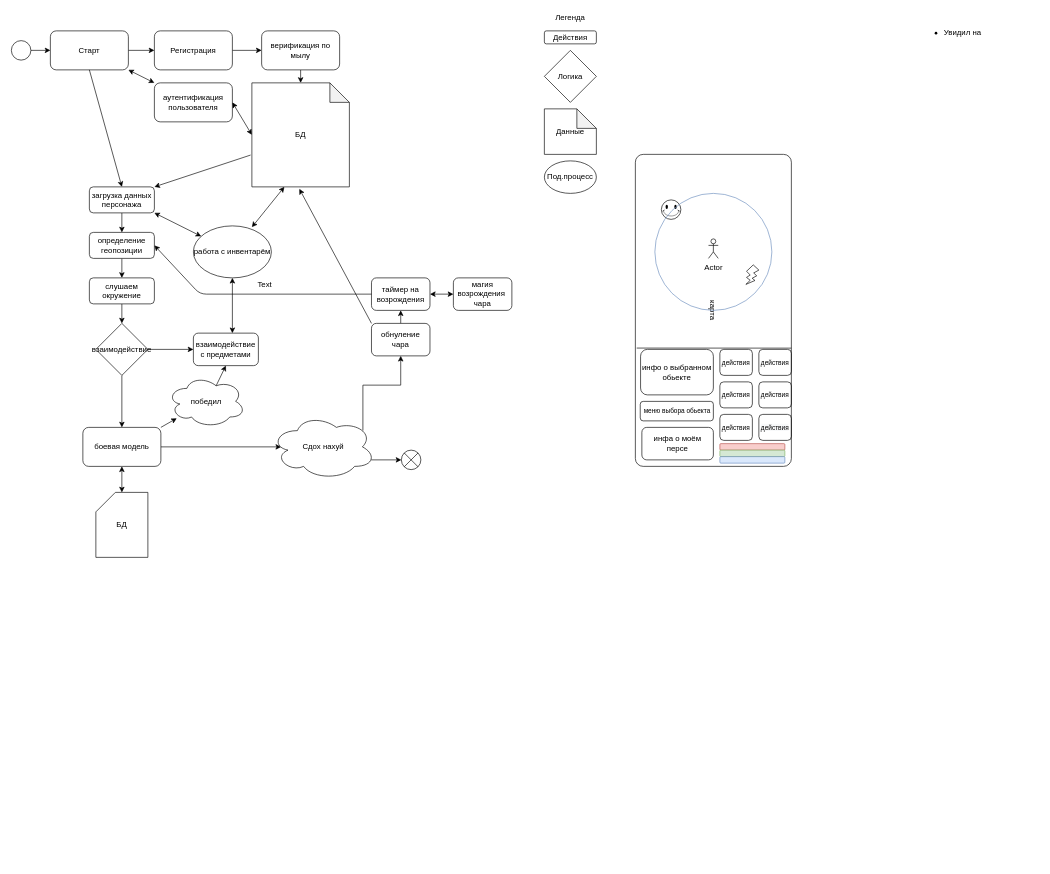
Earlier version of the draw.io diagram page "All Architecture" (5 of 14) of Architecture.drawio (PhoenixVRN/Mafia). Source tidied: cells renumbered, new cells numbered last; positions are measured from the earlier drawing's top-left corner, leaving out a move shared by most shapes. Both pictures are drawn from the tidied source at 65%, with x=0, y=0 at pixel (11, 11).
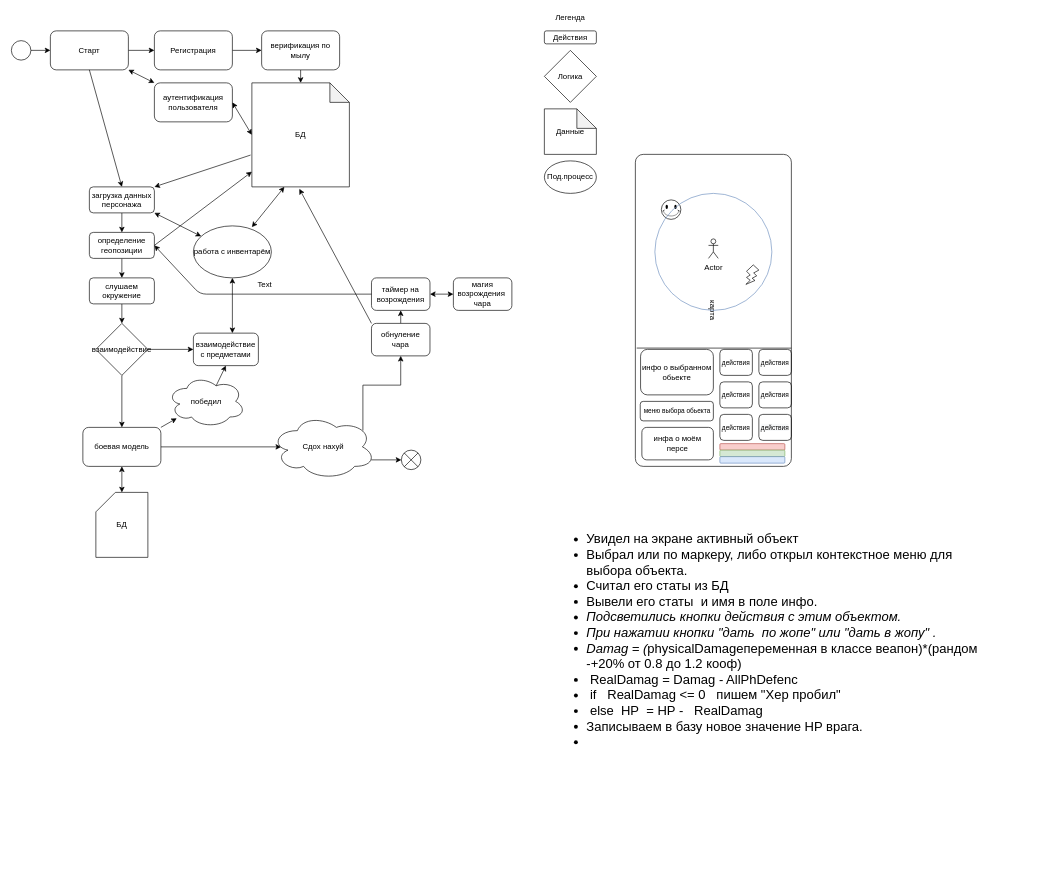
The same page after the edit.

Unchanged cells that the change refers to:
```xml
<mxCell id="14" value="определение геопозиции" style="rounded=1;whiteSpace=wrap;html=1;" parent="1" vertex="1">
  <mxGeometry x="120" y="340" width="100" height="40" as="geometry" />
</mxCell>
<mxCell id="49" value="БД&lt;br&gt;" style="shape=note;whiteSpace=wrap;html=1;backgroundOutline=1;darkOpacity=0.05;" parent="1" vertex="1">
  <mxGeometry x="370" y="110" width="150" height="160" as="geometry" />
</mxCell>
```

What changed in the source:
```diff
@@
-    <mxCell id="72" value="&lt;h1&gt;&lt;ul style=&quot;font-size: 12px&quot;&gt;&lt;li&gt;&lt;span style=&quot;font-weight: normal&quot;&gt;Увидил на&amp;nbsp;&lt;/span&gt;&lt;/li&gt;&lt;/ul&gt;&lt;/h1&gt;" style="text;html=1;strokeColor=none;fillColor=none;spacing=5;spacingTop=-20;whiteSpace=wrap;overflow=hidden;rounded=0;" parent="1" vertex="1">
-      <mxGeometry x="1390" y="20" width="190" height="520" as="geometry" />
+    <mxCell id="72" value="&lt;h1 style=&quot;font-size: 20px&quot;&gt;&lt;ul&gt;&lt;li&gt;&lt;span style=&quot;font-weight: normal&quot;&gt;Увидел на экране активный объект&lt;br&gt;&lt;/span&gt;&lt;/li&gt;&lt;li&gt;&lt;span style=&quot;font-weight: normal&quot;&gt;Выбрал или по маркеру, либо открыл контекстное меню для выбора объекта.&lt;/span&gt;&lt;/li&gt;&lt;li&gt;&lt;span style=&quot;font-weight: normal&quot;&gt;Считал его статы из БД&lt;/span&gt;&lt;/li&gt;&lt;li&gt;&lt;span style=&quot;font-weight: normal&quot;&gt;Вывели его статы&amp;nbsp; и имя в поле инфо.&lt;/span&gt;&lt;/li&gt;&lt;li&gt;&lt;i style=&quot;font-weight: normal&quot;&gt;Подсветились кнопки действия с этим объектом.&lt;/i&gt;&lt;/li&gt;&lt;li&gt;&lt;i style=&quot;font-weight: normal&quot;&gt;При нажатии кнопки &quot;дать&amp;nbsp; по жопе&quot; или &quot;дать в жопу&quot; .&amp;nbsp;&lt;/i&gt;&lt;/li&gt;&lt;li&gt;&lt;span style=&quot;font-weight: normal&quot;&gt;&lt;i&gt;&lt;span&gt;Damag&lt;/span&gt;&lt;/i&gt;&lt;i&gt;&amp;nbsp;= (&lt;/i&gt;physicalDamageпеременная в классе веапон)*(рандом -+20% от 0.8 до 1.2 кооф)&amp;nbsp; &amp;nbsp;&amp;nbsp;&lt;/span&gt;&lt;/li&gt;&lt;li&gt;&lt;span style=&quot;font-weight: normal&quot;&gt;&amp;nbsp;RealDamag = Damag - AllPhDefenc&amp;nbsp;&amp;nbsp;&lt;/span&gt;&lt;/li&gt;&lt;li&gt;&lt;span style=&quot;font-weight: normal&quot;&gt;&amp;nbsp;if&amp;nbsp; &amp;nbsp;RealDamag &amp;lt;= 0&amp;nbsp; &amp;nbsp;пишем &quot;Хер пробил&quot;&lt;/span&gt;&lt;/li&gt;&lt;li&gt;&lt;span style=&quot;font-weight: normal&quot;&gt;&amp;nbsp;else&amp;nbsp; HP&amp;nbsp; = HP -&amp;nbsp; &amp;nbsp;RealDamag&lt;/span&gt;&lt;/li&gt;&lt;li&gt;&lt;span style=&quot;font-weight: normal&quot;&gt;Записываем в базу новое значение HP врага.&amp;nbsp; &amp;nbsp; &lt;/span&gt;&amp;nbsp; &amp;nbsp; &amp;nbsp; &amp;nbsp; &amp;nbsp; &amp;nbsp; &amp;nbsp;&lt;/li&gt;&lt;li style=&quot;font-size: 20px&quot;&gt;&lt;i&gt;&lt;br&gt;&lt;/i&gt;&lt;/li&gt;&lt;/ul&gt;&lt;/h1&gt;" style="text;html=1;strokeColor=none;fillColor=none;spacing=5;spacingTop=-20;whiteSpace=wrap;overflow=hidden;rounded=0;" parent="1" vertex="1">
+      <mxGeometry x="840" y="790" width="650" height="520" as="geometry" />
     </mxCell>
+    <mxCell id="73" style="endArrow=classic;html=1;exitX=1;exitY=0.5;exitDx=0;exitDy=0;" parent="1" edge="1" source="14" target="49">
+      <mxGeometry relative="1" as="geometry" />
+    </mxCell>
```
